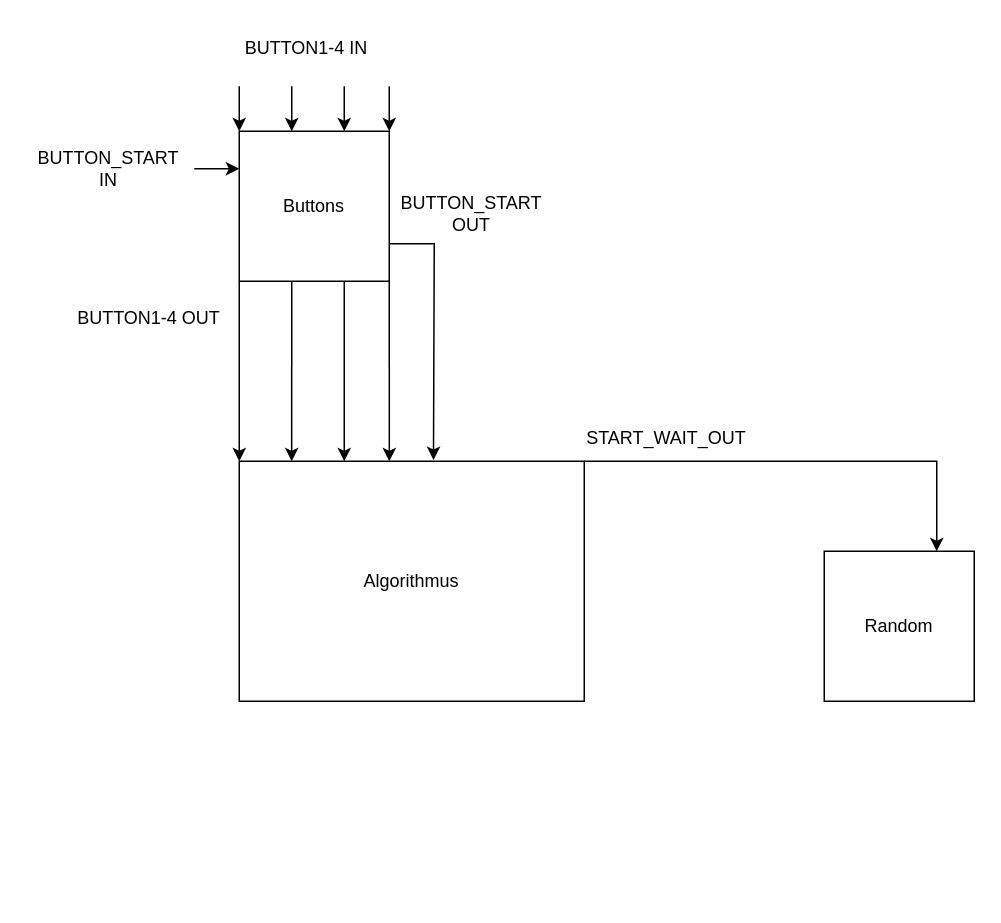
matzeschoppe/hwsys-kurprojekt keeps this draw.io diagram as algo_strukturdiagramm.drawio. Above is the earlier version. Source tidied: cells renumbered, new cells numbered last; positions are measured from the earlier drawing's top-left corner, leaving out a move shared by most shapes. Both pictures are drawn from the tidied source at 150%, with x=0, y=0 at pixel (26, 26).
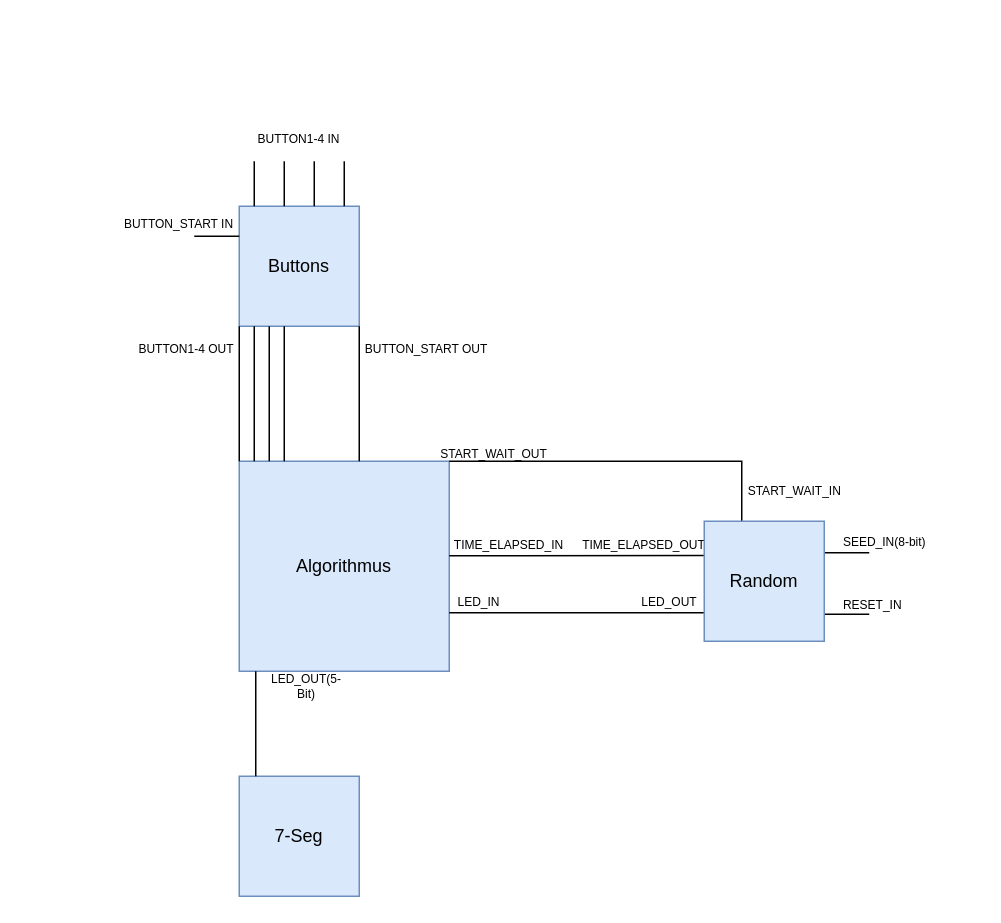
Above is the later version.

Commit message:
diagramm fertig gestellt

What changed in the source:
```diff
@@
-    <mxCell id="2" value="Algorithmus" style="rounded=0;whiteSpace=wrap;html=1;" parent="1" vertex="1">
-      <mxGeometry x="142" y="290" width="230" height="160" as="geometry" />
+    <mxCell id="2" value="Algorithmus" style="rounded=0;whiteSpace=wrap;html=1;fillColor=#dae8fc;strokeColor=#6c8ebf;" parent="1" vertex="1">
+      <mxGeometry x="142" y="290" width="140" height="140" as="geometry" />
     </mxCell>
-    <mxCell id="3" value="Buttons" style="whiteSpace=wrap;html=1;" parent="1" vertex="1">
-      <mxGeometry x="142" y="70" width="100" height="100" as="geometry" />
+    <mxCell id="3" value="Buttons" style="whiteSpace=wrap;html=1;fillColor=#dae8fc;strokeColor=#6c8ebf;" parent="1" vertex="1">
+      <mxGeometry x="142" y="120" width="80" height="80" as="geometry" />
     </mxCell>
-    <mxCell id="4" style="endArrow=none;html=1;rounded=0;exitX=0;exitY=0;exitDx=0;exitDy=0;endFill=0;startArrow=classic;startFill=1;" parent="1" edge="1" source="3">
+    <mxCell id="4" style="endArrow=none;html=1;rounded=0;exitX=0;exitY=0;exitDx=0;exitDy=0;endFill=0;startArrow=none;startFill=0;" parent="1" edge="1">
       <mxGeometry relative="1" as="geometry">
-        <mxPoint x="142" y="40" as="targetPoint" />
+        <mxPoint x="152" y="120" as="sourcePoint" />
+        <mxPoint x="152" y="90" as="targetPoint" />
       </mxGeometry>
     </mxCell>
-    <mxCell id="5" style="endArrow=none;html=1;rounded=0;exitX=0.25;exitY=0;exitDx=0;exitDy=0;startArrow=classic;startFill=1;" parent="1" edge="1">
+    <mxCell id="5" style="endArrow=none;html=1;rounded=0;exitX=0.25;exitY=0;exitDx=0;exitDy=0;startArrow=none;startFill=0;" parent="1" edge="1">
       <mxGeometry relative="1" as="geometry">
-        <mxPoint x="177" y="70" as="sourcePoint" />
-        <mxPoint x="177" y="40" as="targetPoint" />
+        <mxPoint x="172" y="120" as="sourcePoint" />
+        <mxPoint x="172" y="90" as="targetPoint" />
       </mxGeometry>
     </mxCell>
-    <mxCell id="6" style="endArrow=none;html=1;rounded=0;exitX=0.75;exitY=0;exitDx=0;exitDy=0;startArrow=classic;startFill=1;" parent="1" edge="1">
+    <mxCell id="6" style="endArrow=none;html=1;rounded=0;exitX=0.75;exitY=0;exitDx=0;exitDy=0;startArrow=none;startFill=0;" parent="1" edge="1">
       <mxGeometry relative="1" as="geometry">
-        <mxPoint x="242" y="70" as="sourcePoint" />
-        <mxPoint x="242" y="40" as="targetPoint" />
+        <mxPoint x="212" y="120" as="sourcePoint" />
+        <mxPoint x="212" y="90" as="targetPoint" />
       </mxGeometry>
     </mxCell>
-    <mxCell id="7" value="BUTTON1-4 IN" style="text;html=1;strokeColor=none;fillColor=none;align=center;verticalAlign=middle;whiteSpace=wrap;rounded=0;" parent="1" vertex="1">
-      <mxGeometry x="132" width="110" height="30" as="geometry" />
+    <mxCell id="7" value="BUTTON1-4 IN" style="text;html=1;strokeColor=none;fillColor=none;align=center;verticalAlign=middle;whiteSpace=wrap;rounded=0;fontSize=8;" parent="1" vertex="1">
+      <mxGeometry x="127" y="60" width="110" height="30" as="geometry" />
     </mxCell>
-    <mxCell id="8" style="endArrow=none;html=1;rounded=0;exitX=0;exitY=0.25;exitDx=0;exitDy=0;startArrow=classic;startFill=1;" parent="1" edge="1" source="3">
+    <mxCell id="8" style="endArrow=none;html=1;rounded=0;exitX=0;exitY=0.25;exitDx=0;exitDy=0;startArrow=none;startFill=0;" parent="1" edge="1" source="3">
       <mxGeometry relative="1" as="geometry">
-        <mxPoint x="112" y="95" as="targetPoint" />
+        <mxPoint x="112" y="140" as="targetPoint" />
       </mxGeometry>
     </mxCell>
-    <mxCell id="9" style="endArrow=none;html=1;rounded=0;exitX=0.75;exitY=0;exitDx=0;exitDy=0;startArrow=classic;startFill=1;" parent="1" edge="1">
+    <mxCell id="9" style="endArrow=none;html=1;rounded=0;exitX=0.75;exitY=0;exitDx=0;exitDy=0;startArrow=none;startFill=0;" parent="1" edge="1">
       <mxGeometry relative="1" as="geometry">
-        <mxPoint x="212" y="70" as="sourcePoint" />
-        <mxPoint x="212" y="40" as="targetPoint" />
+        <mxPoint x="192" y="120" as="sourcePoint" />
+        <mxPoint x="192" y="90" as="targetPoint" />
       </mxGeometry>
     </mxCell>
-    <mxCell id="10" value="BUTTON_START IN" style="text;html=1;strokeColor=none;fillColor=none;align=center;verticalAlign=middle;whiteSpace=wrap;rounded=0;" parent="1" vertex="1">
-      <mxGeometry y="80" width="110" height="30" as="geometry" />
+    <mxCell id="10" value="BUTTON_START IN" style="text;html=1;strokeColor=none;fillColor=none;align=center;verticalAlign=middle;whiteSpace=wrap;rounded=0;fontSize=8;" parent="1" vertex="1">
+      <mxGeometry x="47" y="117" width="110" height="30" as="geometry" />
     </mxCell>
-    <mxCell id="11" style="endArrow=none;html=1;rounded=0;exitX=0;exitY=0;exitDx=0;exitDy=0;endFill=0;startArrow=classic;startFill=1;" parent="1" edge="1" source="2">
-      <mxGeometry relative="1" as="geometry">
-        <mxPoint x="142" y="170" as="targetPoint" />
-      </mxGeometry>
+    <mxCell id="11" style="endArrow=none;html=1;rounded=0;exitX=0;exitY=0;exitDx=0;exitDy=0;endFill=0;startArrow=none;startFill=0;entryX=0;entryY=1;entryDx=0;entryDy=0;" parent="1" edge="1" source="2" target="3">
+      <mxGeometry relative="1" as="geometry" />
     </mxCell>
-    <mxCell id="12" style="endArrow=none;html=1;rounded=0;exitX=0.152;exitY=0;exitDx=0;exitDy=0;startArrow=classic;startFill=1;exitPerimeter=0;" parent="1" edge="1" source="2">
-      <mxGeometry relative="1" as="geometry">
-        <mxPoint x="177" y="170" as="targetPoint" />
-      </mxGeometry>
-    </mxCell>
-    <mxCell id="13" style="endArrow=none;html=1;rounded=0;exitX=0.435;exitY=0;exitDx=0;exitDy=0;startArrow=classic;startFill=1;exitPerimeter=0;" parent="1" edge="1" source="2">
-      <mxGeometry relative="1" as="geometry">
-        <mxPoint x="242" y="170" as="targetPoint" />
-      </mxGeometry>
-    </mxCell>
-    <mxCell id="14" style="endArrow=none;html=1;rounded=0;startArrow=classic;startFill=1;" parent="1" edge="1">
-      <mxGeometry relative="1" as="geometry">
-        <mxPoint x="212" y="290" as="sourcePoint" />
-        <mxPoint x="212" y="170" as="targetPoint" />
-      </mxGeometry>
-    </mxCell>
-    <mxCell id="15" style="endArrow=none;html=1;rounded=0;exitX=0.563;exitY=-0.005;exitDx=0;exitDy=0;startArrow=classic;startFill=1;exitPerimeter=0;entryX=1;entryY=0.75;entryDx=0;entryDy=0;" parent="1" edge="1" source="2" target="3">
-      <mxGeometry relative="1" as="geometry">
-        <Array as="points">
-          <mxPoint x="272" y="145" />
-        </Array>
-      </mxGeometry>
-    </mxCell>
-    <mxCell id="16" value="BUTTON1-4 OUT" style="text;html=1;strokeColor=none;fillColor=none;align=center;verticalAlign=middle;whiteSpace=wrap;rounded=0;" parent="1" vertex="1">
-      <mxGeometry x="27" y="180" width="110" height="30" as="geometry" />
+    <mxCell id="16" value="BUTTON1-4 OUT" style="text;html=1;strokeColor=none;fillColor=none;align=center;verticalAlign=middle;whiteSpace=wrap;rounded=0;fontSize=8;" parent="1" vertex="1">
+      <mxGeometry x="52" y="200" width="110" height="30" as="geometry" />
     </mxCell>
-    <mxCell id="17" value="BUTTON_START OUT" style="text;html=1;strokeColor=none;fillColor=none;align=center;verticalAlign=middle;whiteSpace=wrap;rounded=0;" parent="1" vertex="1">
-      <mxGeometry x="242" y="110" width="110" height="30" as="geometry" />
+    <mxCell id="17" value="BUTTON_START OUT" style="text;html=1;strokeColor=none;fillColor=none;align=center;verticalAlign=middle;whiteSpace=wrap;rounded=0;fontSize=8;" parent="1" vertex="1">
+      <mxGeometry x="212" y="200" width="110" height="30" as="geometry" />
     </mxCell>
-    <mxCell id="18" value="Random" style="whiteSpace=wrap;html=1;" parent="1" vertex="1">
-      <mxGeometry x="532" y="350" width="100" height="100" as="geometry" />
-    </mxCell>
-    <mxCell id="19" style="endArrow=classic;html=1;rounded=0;fontFamily=Helvetica;fontSize=12;fontColor=default;entryX=0.75;entryY=0;entryDx=0;entryDy=0;exitX=1.009;exitY=0.131;exitDx=0;exitDy=0;exitPerimeter=0;" parent="1" edge="1" target="18">
+    <mxCell id="19" style="endArrow=none;html=1;rounded=0;fontFamily=Helvetica;fontSize=12;fontColor=default;entryX=0.25;entryY=0;entryDx=0;entryDy=0;exitX=1;exitY=0;exitDx=0;exitDy=0;startArrow=none;startFill=0;endFill=0;" parent="1" edge="1" source="2">
       <mxGeometry relative="1" as="geometry">
-        <mxPoint x="372" y="290" as="sourcePoint" />
+        <mxPoint x="477" y="330" as="targetPoint" />
         <Array as="points">
-          <mxPoint x="607" y="290" />
+          <mxPoint x="477" y="290" />
         </Array>
       </mxGeometry>
     </mxCell>
-    <mxCell id="20" value="START_WAIT_OUT" style="text;html=1;strokeColor=none;fillColor=none;align=center;verticalAlign=middle;whiteSpace=wrap;rounded=0;" parent="1" vertex="1">
-      <mxGeometry x="372" y="260" width="110" height="30" as="geometry" />
+    <mxCell id="20" value="START_WAIT_OUT" style="text;html=1;strokeColor=none;fillColor=none;align=center;verticalAlign=middle;whiteSpace=wrap;rounded=0;fontSize=8;" parent="1" vertex="1">
+      <mxGeometry x="272" y="280" width="80" height="10" as="geometry" />
     </mxCell>
+    <mxCell id="21" value="START_WAIT_IN" style="text;html=1;align=center;verticalAlign=middle;strokeColor=none;fillColor=none;fontSize=8;" parent="1" vertex="1">
+      <mxGeometry x="472" y="300" width="80" height="20" as="geometry" />
+    </mxCell>
+    <mxCell id="22" style="endArrow=none;html=1;rounded=0;exitX=0;exitY=0;exitDx=0;exitDy=0;endFill=0;startArrow=none;startFill=0;" parent="1" edge="1">
+      <mxGeometry relative="1" as="geometry">
+        <mxPoint x="152" y="290" as="sourcePoint" />
+        <mxPoint x="152" y="200" as="targetPoint" />
+      </mxGeometry>
+    </mxCell>
+    <mxCell id="23" style="endArrow=none;html=1;rounded=0;exitX=0;exitY=0;exitDx=0;exitDy=0;endFill=0;startArrow=none;startFill=0;" parent="1" edge="1">
+      <mxGeometry relative="1" as="geometry">
+        <mxPoint x="162" y="290" as="sourcePoint" />
+        <mxPoint x="162" y="200" as="targetPoint" />
+      </mxGeometry>
+    </mxCell>
+    <mxCell id="24" style="endArrow=none;html=1;rounded=0;exitX=0;exitY=0;exitDx=0;exitDy=0;endFill=0;startArrow=none;startFill=0;" parent="1" edge="1">
+      <mxGeometry relative="1" as="geometry">
+        <mxPoint x="172" y="290" as="sourcePoint" />
+        <mxPoint x="172" y="200" as="targetPoint" />
+      </mxGeometry>
+    </mxCell>
+    <mxCell id="25" style="endArrow=none;html=1;rounded=0;exitX=0;exitY=0;exitDx=0;exitDy=0;endFill=0;startArrow=none;startFill=0;entryX=1;entryY=1;entryDx=0;entryDy=0;" parent="1" edge="1" target="3">
+      <mxGeometry relative="1" as="geometry">
+        <mxPoint x="222" y="290" as="sourcePoint" />
+      </mxGeometry>
+    </mxCell>
+    <mxCell id="26" style="endArrow=none;html=1;rounded=0;entryX=1;entryY=0.25;entryDx=0;entryDy=0;endFill=0;" parent="1" edge="1">
+      <mxGeometry relative="1" as="geometry">
+        <mxPoint x="562" y="351" as="sourcePoint" />
+        <mxPoint x="532" y="351" as="targetPoint" />
+      </mxGeometry>
+    </mxCell>
+    <mxCell id="27" style="endArrow=none;html=1;rounded=0;entryX=1;entryY=0.25;entryDx=0;entryDy=0;endFill=0;" parent="1" edge="1">
+      <mxGeometry relative="1" as="geometry">
+        <mxPoint x="562" y="392" as="sourcePoint" />
+        <mxPoint x="532" y="392" as="targetPoint" />
+      </mxGeometry>
+    </mxCell>
+    <mxCell id="28" value="SEED_IN(8-bit)" style="text;html=1;align=center;verticalAlign=middle;strokeColor=none;fillColor=none;fontSize=8;" parent="1" vertex="1">
+      <mxGeometry x="532" y="334" width="80" height="20" as="geometry" />
+    </mxCell>
+    <mxCell id="29" value="RESET_IN" style="text;html=1;align=center;verticalAlign=middle;strokeColor=none;fillColor=none;fontSize=8;" parent="1" vertex="1">
+      <mxGeometry x="534" y="376" width="60" height="20" as="geometry" />
+    </mxCell>
+    <mxCell id="30" style="endArrow=none;html=1;rounded=0;entryX=1;entryY=0.5;entryDx=0;entryDy=0;exitX=0.002;exitY=0.299;exitDx=0;exitDy=0;exitPerimeter=0;startArrow=none;startFill=0;endFill=0;" parent="1" edge="1">
+      <mxGeometry relative="1" as="geometry">
+        <mxPoint x="452.2" y="352.9" as="sourcePoint" />
+        <mxPoint x="282" y="353" as="targetPoint" />
+      </mxGeometry>
+    </mxCell>
+    <mxCell id="31" value="TIME_ELAPSED_OUT" style="text;html=1;strokeColor=none;fillColor=none;align=center;verticalAlign=middle;whiteSpace=wrap;rounded=0;fontSize=8;" parent="1" vertex="1">
+      <mxGeometry x="372" y="341" width="80" height="10" as="geometry" />
+    </mxCell>
+    <mxCell id="32" value="TIME_ELAPSED_IN" style="text;html=1;strokeColor=none;fillColor=none;align=center;verticalAlign=middle;whiteSpace=wrap;rounded=0;fontSize=8;" parent="1" vertex="1">
+      <mxGeometry x="282" y="341" width="80" height="10" as="geometry" />
+    </mxCell>
+    <mxCell id="33" style="endArrow=none;html=1;rounded=0;entryX=1;entryY=0.5;entryDx=0;entryDy=0;exitX=0.002;exitY=0.299;exitDx=0;exitDy=0;exitPerimeter=0;startArrow=none;startFill=0;endFill=0;" parent="1" edge="1">
+      <mxGeometry relative="1" as="geometry">
+        <mxPoint x="452" y="391" as="sourcePoint" />
+        <mxPoint x="282" y="391" as="targetPoint" />
+      </mxGeometry>
+    </mxCell>
+    <mxCell id="34" value="LED_OUT" style="text;html=1;strokeColor=none;fillColor=none;align=center;verticalAlign=middle;whiteSpace=wrap;rounded=0;fontSize=8;" parent="1" vertex="1">
+      <mxGeometry x="389" y="379" width="80" height="10" as="geometry" />
+    </mxCell>
+    <mxCell id="35" value="LED_IN" style="text;html=1;strokeColor=none;fillColor=none;align=center;verticalAlign=middle;whiteSpace=wrap;rounded=0;fontSize=8;" parent="1" vertex="1">
+      <mxGeometry x="262" y="379" width="80" height="10" as="geometry" />
+    </mxCell>
+    <mxCell id="36" value="LED_OUT(5-Bit)" style="text;html=1;strokeColor=none;fillColor=none;align=center;verticalAlign=middle;whiteSpace=wrap;rounded=0;fontSize=8;" parent="1" vertex="1">
+      <mxGeometry x="157" y="425" width="60" height="30" as="geometry" />
+    </mxCell>
+    <mxCell id="18" value="Random" style="whiteSpace=wrap;html=1;fillColor=#dae8fc;strokeColor=#6c8ebf;" parent="1" vertex="1">
+      <mxGeometry x="452" y="330" width="80" height="80" as="geometry" />
+    </mxCell>
+    <mxCell id="37" value="7-Seg" style="whiteSpace=wrap;html=1;fillColor=#dae8fc;strokeColor=#6c8ebf;" parent="1" vertex="1">
+      <mxGeometry x="142" y="500" width="80" height="80" as="geometry" />
+    </mxCell>
+    <mxCell id="38" style="endArrow=none;html=1;rounded=0;endFill=0;startArrow=none;startFill=0;entryX=1;entryY=1;entryDx=0;entryDy=0;" parent="1" edge="1">
+      <mxGeometry relative="1" as="geometry">
+        <mxPoint x="153" y="500" as="sourcePoint" />
+        <mxPoint x="153" y="430" as="targetPoint" />
+      </mxGeometry>
+    </mxCell>
```
